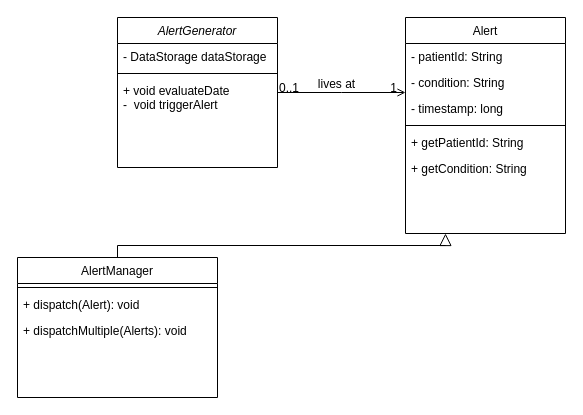
This is uml_models/AlertGenerator.drawio from msa46/signal_project, a draw.io file, before an edit. Source tidied: cells renumbered, new cells numbered last; positions are measured from the earlier drawing's top-left corner, leaving out a move shared by most shapes. Both pictures are drawn from the tidied source at 100%, with x=0, y=0 at pixel (17, 17).
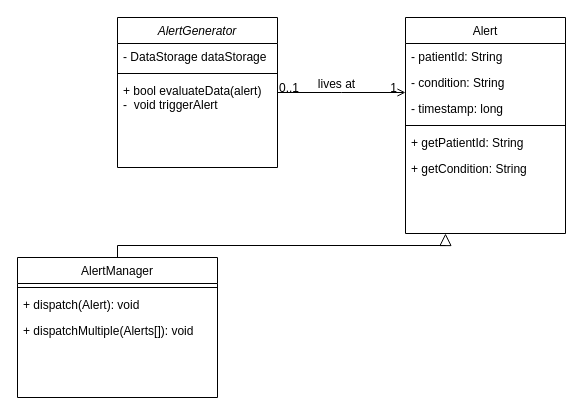
The same page after the edit.

The change refers to these unchanged cells:
```xml
<mxCell id="2" value="AlertGenerator" style="swimlane;fontStyle=2;align=center;verticalAlign=top;horizontal=1;startSize=26;rounded=0;shadow=0;strokeWidth=1;" parent="1" vertex="1">
  <mxGeometry x="100" width="160" height="150" as="geometry" />
</mxCell>
<mxCell id="6" value="AlertManager" style="swimlane;fontStyle=0;align=center;verticalAlign=top;horizontal=1;startSize=26;rounded=0;shadow=0;strokeWidth=1;" parent="1" vertex="1">
  <mxGeometry y="240" width="200" height="140" as="geometry" />
</mxCell>
```

Change to the diagram source:
```diff
@@
-    <mxCell id="5" value="+ void evaluateDate&#10;-  void triggerAlert&#10;&#10;" style="text;align=left;verticalAlign=top;spacingLeft=4;spacingRight=4;overflow=hidden;" parent="2" vertex="1">
+    <mxCell id="5" value="+ bool evaluateData(alert)&#10;-  void triggerAlert&#10;&#10;" style="text;align=left;verticalAlign=top;spacingLeft=4;spacingRight=4;overflow=hidden;" parent="2" vertex="1">
       <mxGeometry y="60" width="160" height="38" as="geometry" />
     </mxCell>
@@
-    <mxCell id="9" value="+ dispatchMultiple(Alerts): void" style="text;align=left;verticalAlign=top;spacingLeft=4;spacingRight=4;overflow=hidden;" parent="6" vertex="1">
+    <mxCell id="9" value="+ dispatchMultiple(Alerts[]): void" style="text;align=left;verticalAlign=top;spacingLeft=4;spacingRight=4;overflow=hidden;" parent="6" vertex="1">
       <mxGeometry y="60" width="200" height="26" as="geometry" />
     </mxCell>
```
